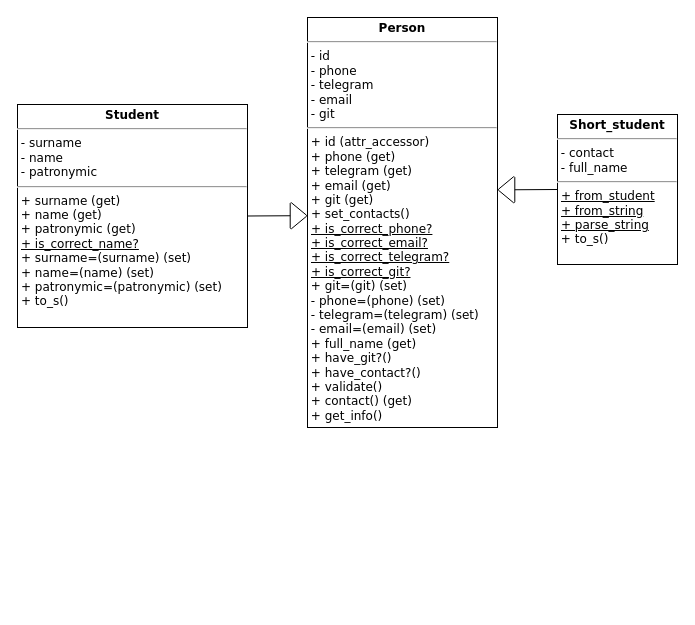
The draw.io diagram Студенты/Диаграмма_классов.drawio in drpnmr/DesignPatterns, before the edit. Source tidied: cells renumbered, new cells numbered last; positions are measured from the earlier drawing's top-left corner, leaving out a move shared by most shapes. Both pictures are drawn from the tidied source at 100%, with x=0, y=0 at pixel (17, 17).
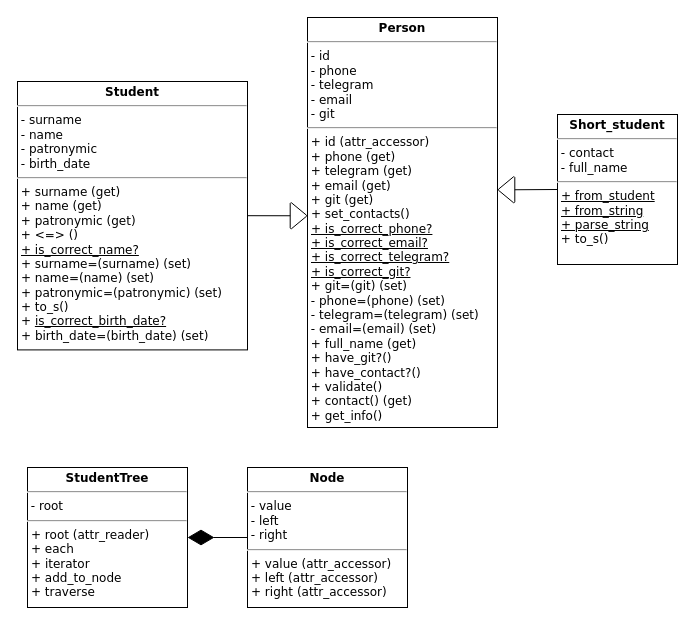
Above is the later version.

Commit message:
ЛР3, задание 4. Обновление диаграммы классов

The edit, as a diff of the source:
```diff
@@
 <mxGraphModel>
   <root>
     <mxCell id="0" />
     <mxCell id="1" parent="0" />
     <mxCell id="2" value="&lt;p style=&quot;margin: 4px 0px 0px; text-align: center;&quot;&gt;&lt;b style=&quot;&quot;&gt;&lt;font style=&quot;font-size: 12px;&quot;&gt;Person&lt;/font&gt;&lt;/b&gt;&lt;/p&gt;&lt;hr style=&quot;&quot;&gt;&lt;div style=&quot;border-color: var(--border-color);&quot;&gt;&lt;font style=&quot;border-color: var(--border-color); font-size: 12px;&quot;&gt;&amp;nbsp;- id&lt;/font&gt;&lt;/div&gt;&lt;div style=&quot;border-color: var(--border-color);&quot;&gt;&lt;font style=&quot;font-size: 12px;&quot;&gt;&amp;nbsp;- phone&lt;/font&gt;&lt;/div&gt;&lt;div style=&quot;border-color: var(--border-color);&quot;&gt;&lt;font style=&quot;font-size: 12px;&quot;&gt;&amp;nbsp;- telegram&amp;nbsp;&lt;/font&gt;&lt;/div&gt;&lt;div style=&quot;border-color: var(--border-color);&quot;&gt;&lt;font style=&quot;font-size: 12px;&quot;&gt;&amp;nbsp;- email&lt;/font&gt;&lt;/div&gt;&lt;div style=&quot;border-color: var(--border-color);&quot;&gt;&lt;font style=&quot;font-size: 12px;&quot;&gt;&amp;nbsp;- git&lt;br&gt;&lt;/font&gt;&lt;/div&gt;&lt;hr style=&quot;&quot;&gt;&lt;div style=&quot;border-color: var(--border-color);&quot;&gt;&lt;font style=&quot;border-color: var(--border-color);&quot;&gt;&amp;nbsp;+ id (attr_accessor)&lt;/font&gt;&lt;/div&gt;&lt;div style=&quot;border-color: var(--border-color);&quot;&gt;&amp;nbsp;+ phone (get)&lt;/div&gt;&lt;div style=&quot;border-color: var(--border-color);&quot;&gt;&amp;nbsp;+ telegram (get)&lt;/div&gt;&lt;div style=&quot;border-color: var(--border-color);&quot;&gt;&amp;nbsp;+ email (get)&lt;/div&gt;&lt;p style=&quot;margin: 0px 0px 0px 4px;&quot;&gt;&lt;/p&gt;&lt;div style=&quot;border-color: var(--border-color);&quot;&gt;&amp;nbsp;+ git (get)&lt;/div&gt;&lt;p style=&quot;margin: 0px 0px 0px 4px;&quot;&gt;&lt;font style=&quot;font-size: 12px;&quot;&gt;+ set_contacts()&lt;/font&gt;&lt;/p&gt;&lt;p style=&quot;margin: 0px 0px 0px 4px;&quot;&gt;&lt;u&gt;+ is_correct_phone?&lt;/u&gt;&lt;/p&gt;&lt;p style=&quot;margin: 0px 0px 0px 4px;&quot;&gt;&lt;u&gt;+ is_correct_email?&lt;br&gt;&lt;/u&gt;&lt;/p&gt;&lt;p style=&quot;margin: 0px 0px 0px 4px;&quot;&gt;&lt;u&gt;+ is_correct_telegram?&lt;br&gt;&lt;/u&gt;&lt;/p&gt;&lt;p style=&quot;margin: 0px 0px 0px 4px;&quot;&gt;&lt;u&gt;+ is_correct_git?&lt;/u&gt;&lt;/p&gt;&lt;font style=&quot;font-size: 12px;&quot;&gt;&amp;nbsp;+ git=(git) (set)&lt;br&gt;&amp;nbsp;- phone=(phone) (set)&lt;br&gt;&amp;nbsp;- telegram=(telegram) (set)&lt;br&gt;&amp;nbsp;- email=(email) (set)&lt;br style=&quot;&quot;&gt;&lt;font color=&quot;#ff9e0d&quot;&gt;&amp;nbsp;&lt;/font&gt;+ full_name (get)&lt;/font&gt;&lt;div&gt;&lt;font style=&quot;font-size: 12px;&quot;&gt;&amp;nbsp;+&amp;nbsp;have_git?()&lt;/font&gt;&lt;/div&gt;&lt;div&gt;&lt;font style=&quot;font-size: 12px;&quot;&gt;&amp;nbsp;+&amp;nbsp;have_contact?()&lt;br style=&quot;&quot;&gt;&amp;nbsp;+&amp;nbsp;validate()&lt;br style=&quot;&quot;&gt;&amp;nbsp;+ contact() (get)&lt;br style=&quot;&quot;&gt;&lt;span class=&quot;Apple-converted-space&quot; style=&quot;background-color: initial;&quot;&gt;&amp;nbsp;+ get_info()&lt;span style=&quot;background-color: initial;&quot;&gt;&lt;br&gt;&lt;/span&gt;&lt;/span&gt;&lt;br&gt;&lt;br&gt;&lt;span class=&quot;Apple-converted-space&quot; style=&quot;background-color: initial;&quot;&gt;&amp;nbsp;&lt;/span&gt;&lt;/font&gt;&lt;/div&gt;" style="verticalAlign=top;align=left;overflow=fill;fontSize=12;fontFamily=Verdana;html=1;whiteSpace=wrap;spacingLeft=1;spacing=0;spacingTop=0;" parent="1" vertex="1">
       <mxGeometry x="290" width="190" height="410" as="geometry" />
     </mxCell>
-    <mxCell id="3" value="&lt;p style=&quot;margin: 4px 0px 0px; text-align: center; font-size: 12px;&quot;&gt;&lt;b style=&quot;font-size: 12px;&quot;&gt;&lt;font style=&quot;font-size: 12px;&quot;&gt;Student&lt;/font&gt;&lt;/b&gt;&lt;/p&gt;&lt;hr style=&quot;font-size: 12px;&quot;&gt;&lt;div style=&quot;border-color: var(--border-color); font-size: 12px;&quot;&gt;&lt;font style=&quot;border-color: var(--border-color); font-size: 12px;&quot;&gt;&amp;nbsp;- surname&lt;/font&gt;&lt;/div&gt;&lt;div style=&quot;border-color: var(--border-color); font-size: 12px;&quot;&gt;&lt;font style=&quot;border-color: var(--border-color); font-size: 12px;&quot;&gt;&amp;nbsp;- name&lt;/font&gt;&lt;/div&gt;&lt;div style=&quot;border-color: var(--border-color); font-size: 12px;&quot;&gt;&lt;font style=&quot;border-color: var(--border-color); font-size: 12px;&quot;&gt;&amp;nbsp;- patronymic&lt;/font&gt;&lt;/div&gt;&lt;hr style=&quot;font-size: 12px;&quot;&gt;&lt;div style=&quot;border-color: var(--border-color);&quot;&gt;&lt;font style=&quot;border-color: var(--border-color);&quot;&gt;&amp;nbsp;+ surname (get)&lt;/font&gt;&lt;/div&gt;&lt;div style=&quot;border-color: var(--border-color);&quot;&gt;&lt;font style=&quot;border-color: var(--border-color);&quot;&gt;&amp;nbsp;+ name (get)&lt;/font&gt;&lt;/div&gt;&lt;p style=&quot;margin: 0px 0px 0px 4px;&quot;&gt;&lt;font style=&quot;background-color: initial;&quot;&gt;&lt;/font&gt;&lt;/p&gt;&lt;div style=&quot;border-color: var(--border-color);&quot;&gt;&lt;font style=&quot;border-color: var(--border-color);&quot;&gt;&amp;nbsp;+ patronymic (get)&lt;/font&gt;&lt;/div&gt;&lt;p style=&quot;margin: 0px 0px 0px 4px; font-size: 12px;&quot;&gt;&lt;font style=&quot;background-color: initial;&quot;&gt;&lt;span style=&quot;background-color: initial;&quot;&gt;&lt;u&gt;+ is_correct_name?&lt;/u&gt;&lt;/span&gt;&lt;/font&gt;&lt;/p&gt;&lt;p style=&quot;margin: 0px 0px 0px 4px; font-size: 12px;&quot;&gt;&lt;font style=&quot;background-color: initial;&quot;&gt;+ surname=(surname) (set)&lt;span style=&quot;background-color: initial;&quot;&gt;&lt;br&gt;&lt;/span&gt;&lt;/font&gt;&lt;/p&gt;&lt;p style=&quot;margin: 0px 0px 0px 4px; font-size: 12px;&quot;&gt;&lt;font style=&quot;background-color: initial;&quot;&gt;+ name=(name)&amp;nbsp;&lt;span style=&quot;background-color: initial;&quot;&gt;(set)&lt;/span&gt;&lt;br&gt;&lt;/font&gt;&lt;/p&gt;&lt;p style=&quot;margin: 0px 0px 0px 4px; font-size: 12px;&quot;&gt;&lt;font style=&quot;background-color: initial;&quot;&gt;+ patronymic=(patronymic)&amp;nbsp;&lt;span style=&quot;background-color: initial;&quot;&gt;(set)&lt;/span&gt;&lt;br&gt;&lt;/font&gt;&lt;/p&gt;&lt;p style=&quot;margin: 0px 0px 0px 4px; font-size: 12px;&quot;&gt;&lt;font style=&quot;background-color: initial;&quot;&gt;+ t&lt;/font&gt;&lt;span style=&quot;background-color: initial;&quot;&gt;o_s()&lt;/span&gt;&lt;br&gt;&lt;/p&gt;&lt;font style=&quot;font-size: 12px;&quot;&gt;&lt;br style=&quot;font-size: 12px;&quot;&gt;&lt;span class=&quot;Apple-converted-space&quot; style=&quot;background-color: initial; font-size: 12px;&quot;&gt;&amp;nbsp;&lt;/span&gt;&lt;/font&gt;" style="verticalAlign=top;align=left;overflow=fill;fontSize=12;fontFamily=Verdana;html=1;whiteSpace=wrap;spacingLeft=1;spacing=0;spacingTop=0;" parent="1" vertex="1">
-      <mxGeometry y="87" width="230" height="223" as="geometry" />
+    <mxCell id="3" value="&lt;p style=&quot;margin: 4px 0px 0px; text-align: center; font-size: 12px;&quot;&gt;&lt;b style=&quot;font-size: 12px;&quot;&gt;&lt;font style=&quot;font-size: 12px;&quot;&gt;Student&lt;/font&gt;&lt;/b&gt;&lt;/p&gt;&lt;hr style=&quot;font-size: 12px;&quot;&gt;&lt;div style=&quot;border-color: var(--border-color); font-size: 12px;&quot;&gt;&lt;font style=&quot;border-color: var(--border-color); font-size: 12px;&quot;&gt;&amp;nbsp;- surname&lt;/font&gt;&lt;/div&gt;&lt;div style=&quot;border-color: var(--border-color); font-size: 12px;&quot;&gt;&lt;font style=&quot;border-color: var(--border-color); font-size: 12px;&quot;&gt;&amp;nbsp;- name&lt;/font&gt;&lt;/div&gt;&lt;div style=&quot;border-color: var(--border-color); font-size: 12px;&quot;&gt;&lt;font style=&quot;border-color: var(--border-color); font-size: 12px;&quot;&gt;&amp;nbsp;- patronymic&lt;/font&gt;&lt;/div&gt;&lt;div style=&quot;border-color: var(--border-color); font-size: 12px;&quot;&gt;&lt;font style=&quot;border-color: var(--border-color); font-size: 12px;&quot;&gt;&amp;nbsp;-&amp;nbsp;birth_date&amp;nbsp;&lt;/font&gt;&lt;/div&gt;&lt;hr style=&quot;font-size: 12px;&quot;&gt;&lt;div style=&quot;border-color: var(--border-color);&quot;&gt;&lt;font style=&quot;border-color: var(--border-color);&quot;&gt;&amp;nbsp;+ surname (get)&lt;/font&gt;&lt;/div&gt;&lt;div style=&quot;border-color: var(--border-color);&quot;&gt;&lt;font style=&quot;border-color: var(--border-color);&quot;&gt;&amp;nbsp;+ name (get)&lt;/font&gt;&lt;/div&gt;&lt;p style=&quot;margin: 0px 0px 0px 4px;&quot;&gt;&lt;font style=&quot;background-color: initial;&quot;&gt;&lt;/font&gt;&lt;/p&gt;&lt;div style=&quot;border-color: var(--border-color);&quot;&gt;&lt;font style=&quot;border-color: var(--border-color);&quot;&gt;&amp;nbsp;+ patronymic (get)&lt;/font&gt;&lt;/div&gt;&lt;div style=&quot;border-color: var(--border-color);&quot;&gt;&amp;nbsp;+ &amp;lt;=&amp;gt; ()&lt;/div&gt;&lt;p style=&quot;margin: 0px 0px 0px 4px; font-size: 12px;&quot;&gt;&lt;font style=&quot;background-color: initial;&quot;&gt;&lt;span style=&quot;background-color: initial;&quot;&gt;&lt;u&gt;+ is_correct_name?&lt;/u&gt;&lt;/span&gt;&lt;/font&gt;&lt;/p&gt;&lt;p style=&quot;margin: 0px 0px 0px 4px; font-size: 12px;&quot;&gt;&lt;font style=&quot;background-color: initial;&quot;&gt;+ surname=(surname) (set)&lt;span style=&quot;background-color: initial;&quot;&gt;&lt;br&gt;&lt;/span&gt;&lt;/font&gt;&lt;/p&gt;&lt;p style=&quot;margin: 0px 0px 0px 4px; font-size: 12px;&quot;&gt;&lt;font style=&quot;background-color: initial;&quot;&gt;+ name=(name)&amp;nbsp;&lt;span style=&quot;background-color: initial;&quot;&gt;(set)&lt;/span&gt;&lt;br&gt;&lt;/font&gt;&lt;/p&gt;&lt;p style=&quot;margin: 0px 0px 0px 4px; font-size: 12px;&quot;&gt;&lt;font style=&quot;background-color: initial;&quot;&gt;+ patronymic=(patronymic)&amp;nbsp;&lt;span style=&quot;background-color: initial;&quot;&gt;(set)&lt;/span&gt;&lt;br&gt;&lt;/font&gt;&lt;/p&gt;&lt;p style=&quot;margin: 0px 0px 0px 4px; font-size: 12px;&quot;&gt;&lt;font style=&quot;background-color: initial;&quot;&gt;+ t&lt;/font&gt;&lt;span style=&quot;background-color: initial;&quot;&gt;o_s()&lt;/span&gt;&lt;br&gt;&lt;/p&gt;&lt;p style=&quot;margin: 0px 0px 0px 4px;&quot;&gt;+&amp;nbsp;&lt;span style=&quot;background-color: initial;&quot;&gt;&lt;u&gt;is_correct_birth_date?&lt;/u&gt;&lt;/span&gt;&lt;/p&gt;&lt;p style=&quot;margin: 0px 0px 0px 4px;&quot;&gt;+&amp;nbsp;&lt;span style=&quot;background-color: initial;&quot;&gt;birth_date=(birth_date)&amp;nbsp;&lt;/span&gt;&lt;span style=&quot;font-size: 12px; background-color: initial;&quot;&gt;(set)&lt;/span&gt;&lt;/p&gt;&lt;p style=&quot;margin: 0px 0px 0px 4px; font-size: 12px;&quot;&gt;&lt;span style=&quot;background-color: initial;&quot;&gt;&lt;br&gt;&lt;/span&gt;&lt;/p&gt;&lt;font style=&quot;font-size: 12px;&quot;&gt;&lt;br style=&quot;font-size: 12px;&quot;&gt;&lt;span class=&quot;Apple-converted-space&quot; style=&quot;background-color: initial; font-size: 12px;&quot;&gt;&amp;nbsp;&lt;/span&gt;&lt;/font&gt;" style="verticalAlign=top;align=left;overflow=fill;fontSize=12;fontFamily=Verdana;html=1;whiteSpace=wrap;spacingLeft=1;spacing=0;spacingTop=0;" parent="1" vertex="1">
+      <mxGeometry y="64" width="230" height="268.4" as="geometry" />
     </mxCell>
     <mxCell id="4" value="&lt;p style=&quot;margin: 4px 0px 0px; text-align: center;&quot;&gt;&lt;b style=&quot;&quot;&gt;&lt;font style=&quot;font-size: 12px;&quot;&gt;Short_student&lt;/font&gt;&lt;/b&gt;&lt;/p&gt;&lt;hr style=&quot;&quot;&gt;&lt;div style=&quot;border-color: var(--border-color);&quot;&gt;&lt;font style=&quot;font-size: 12px;&quot;&gt;&lt;span style=&quot;background-color: initial;&quot;&gt;&lt;font style=&quot;&quot;&gt;&amp;nbsp;-&lt;/font&gt;&amp;nbsp;contact&lt;/span&gt;&lt;/font&gt;&lt;/div&gt;&lt;div style=&quot;border-color: var(--border-color);&quot;&gt;&amp;nbsp;- full_name&lt;font style=&quot;font-size: 12px;&quot; color=&quot;#ff2119&quot;&gt;&lt;span style=&quot;background-color: initial;&quot;&gt;&lt;br&gt;&lt;/span&gt;&lt;/font&gt;&lt;/div&gt;&lt;hr style=&quot;&quot;&gt;&lt;p style=&quot;margin: 0px 0px 0px 4px;&quot;&gt;&lt;u&gt;+ from_student&lt;br&gt;&lt;/u&gt;&lt;/p&gt;&lt;p style=&quot;margin: 0px 0px 0px 4px;&quot;&gt;&lt;u&gt;+ from_string&lt;br&gt;&lt;/u&gt;&lt;/p&gt;&lt;p style=&quot;margin: 0px 0px 0px 4px;&quot;&gt;&lt;u&gt;+ parse_string&lt;/u&gt;&lt;/p&gt;&lt;div&gt;&lt;font style=&quot;font-size: 12px;&quot;&gt;&amp;nbsp;+&amp;nbsp;to_s()&lt;br&gt;&lt;br&gt;&lt;span class=&quot;Apple-converted-space&quot; style=&quot;background-color: initial;&quot;&gt;&amp;nbsp;&lt;/span&gt;&lt;/font&gt;&lt;/div&gt;" style="verticalAlign=top;align=left;overflow=fill;fontSize=12;fontFamily=Verdana;html=1;whiteSpace=wrap;spacingLeft=1;spacing=0;spacingTop=0;" parent="1" vertex="1">
       <mxGeometry x="540" y="97" width="120" height="150" as="geometry" />
     </mxCell>
     <mxCell id="5" style="strokeWidth=1;html=1;shape=mxgraph.flowchart.extract_or_measurement;whiteSpace=wrap;rotation=-90;" parent="1" vertex="1">
       <mxGeometry x="476" y="164" width="26.1" height="16.5" as="geometry" />
     </mxCell>
     <mxCell id="6" style="strokeWidth=1;html=1;shape=mxgraph.flowchart.extract_or_measurement;whiteSpace=wrap;rotation=-90;direction=west;" parent="1" vertex="1">
       <mxGeometry x="267.9" y="190" width="26.1" height="16.5" as="geometry" />
     </mxCell>
     <mxCell id="7" style="endArrow=none;html=1;rounded=0;exitX=0.5;exitY=1;exitDx=0;exitDy=0;exitPerimeter=0;entryX=1;entryY=0.5;entryDx=0;entryDy=0;" parent="1" edge="1" source="6" target="3">
       <mxGeometry relative="1" as="geometry" />
     </mxCell>
     <mxCell id="8" style="endArrow=none;html=1;rounded=0;entryX=0.5;entryY=1;entryDx=0;entryDy=0;exitX=0;exitY=0.5;exitDx=0;exitDy=0;entryPerimeter=0;" parent="1" edge="1" source="4" target="5">
       <mxGeometry relative="1" as="geometry" />
     </mxCell>
+    <mxCell id="9" value="&lt;p style=&quot;margin: 4px 0px 0px; text-align: center;&quot;&gt;&lt;b&gt;&lt;font&gt;StudentTree&lt;/font&gt;&lt;/b&gt;&lt;/p&gt;&lt;hr&gt;&lt;div style=&quot;border-color: var(--border-color);&quot;&gt;&lt;font&gt;&lt;span style=&quot;background-color: initial;&quot;&gt;&lt;font&gt;&amp;nbsp;-&lt;/font&gt;&amp;nbsp;root&lt;/span&gt;&lt;/font&gt;&lt;/div&gt;&lt;hr&gt;&lt;p style=&quot;margin: 0px 0px 0px 4px;&quot;&gt;&lt;font&gt;&lt;font&gt;+ root (attr_reader)&lt;br&gt;+ each&lt;br&gt;&lt;/font&gt;&lt;/font&gt;&lt;/p&gt;&lt;p style=&quot;margin: 0px 0px 0px 4px;&quot;&gt;&lt;font&gt;&lt;font&gt;+&amp;nbsp;&lt;/font&gt;iterator&lt;/font&gt;&lt;/p&gt;&lt;p style=&quot;margin: 0px 0px 0px 4px;&quot;&gt;&lt;font&gt;&lt;span class=&quot;Apple-converted-space&quot; style=&quot;background-color: initial;&quot;&gt;+ add_to_node&lt;/span&gt;&lt;/font&gt;&lt;/p&gt;&lt;p style=&quot;margin: 0px 0px 0px 4px;&quot;&gt;&lt;span style=&quot;background-color: initial;&quot;&gt;+ traverse&lt;/span&gt;&lt;/p&gt;" style="verticalAlign=top;align=left;overflow=fill;fontSize=12;fontFamily=Verdana;html=1;whiteSpace=wrap;spacingLeft=1;spacing=0;spacingTop=0;" parent="1" vertex="1">
+      <mxGeometry x="10" y="450" width="160" height="140" as="geometry" />
+    </mxCell>
+    <mxCell id="10" value="&lt;p style=&quot;margin: 4px 0px 0px; text-align: center;&quot;&gt;&lt;b&gt;Node&lt;/b&gt;&lt;/p&gt;&lt;hr&gt;&lt;div style=&quot;border-color: var(--border-color);&quot;&gt;&lt;div style=&quot;border-color: var(--border-color);&quot;&gt;&lt;span style=&quot;background-color: initial;&quot;&gt;&lt;font&gt;&amp;nbsp;-&lt;/font&gt;&amp;nbsp;value&lt;/span&gt;&lt;/div&gt;&lt;div style=&quot;border-color: var(--border-color);&quot;&gt;&lt;span style=&quot;background-color: initial;&quot;&gt;&amp;nbsp;- left&lt;/span&gt;&lt;/div&gt;&lt;div style=&quot;border-color: var(--border-color);&quot;&gt;&lt;span style=&quot;background-color: initial;&quot;&gt;&amp;nbsp;- right&lt;/span&gt;&lt;/div&gt;&lt;/div&gt;&lt;hr&gt;&lt;p style=&quot;margin: 0px 0px 0px 4px;&quot;&gt;&lt;font&gt;&lt;font&gt;+ value (attr_accessor)&lt;/font&gt;&lt;/font&gt;&lt;/p&gt;&lt;p style=&quot;margin: 0px 0px 0px 4px;&quot;&gt;&lt;font&gt;&lt;font&gt;+ left&amp;nbsp;(attr_accessor)&lt;/font&gt;&lt;/font&gt;&lt;/p&gt;&lt;p style=&quot;margin: 0px 0px 0px 4px;&quot;&gt;&lt;font&gt;&lt;font&gt;+ right&amp;nbsp;(attr_accessor)&lt;br&gt;&lt;br&gt;&lt;/font&gt;&lt;/font&gt;&lt;/p&gt;" style="verticalAlign=top;align=left;overflow=fill;fontSize=12;fontFamily=Verdana;html=1;whiteSpace=wrap;spacingLeft=1;spacing=0;spacingTop=0;" parent="1" vertex="1">
+      <mxGeometry x="230" y="450" width="160" height="140" as="geometry" />
+    </mxCell>
+    <mxCell id="11" style="endArrow=diamondThin;endFill=1;endSize=24;html=1;rounded=0;entryX=1;entryY=0.5;entryDx=0;entryDy=0;exitX=0;exitY=0.5;exitDx=0;exitDy=0;fontFamily=Verdana;fontSize=12;" parent="1" edge="1" source="10" target="9">
+      <mxGeometry relative="1" as="geometry" />
+    </mxCell>
   </root>
 </mxGraphModel>
```
